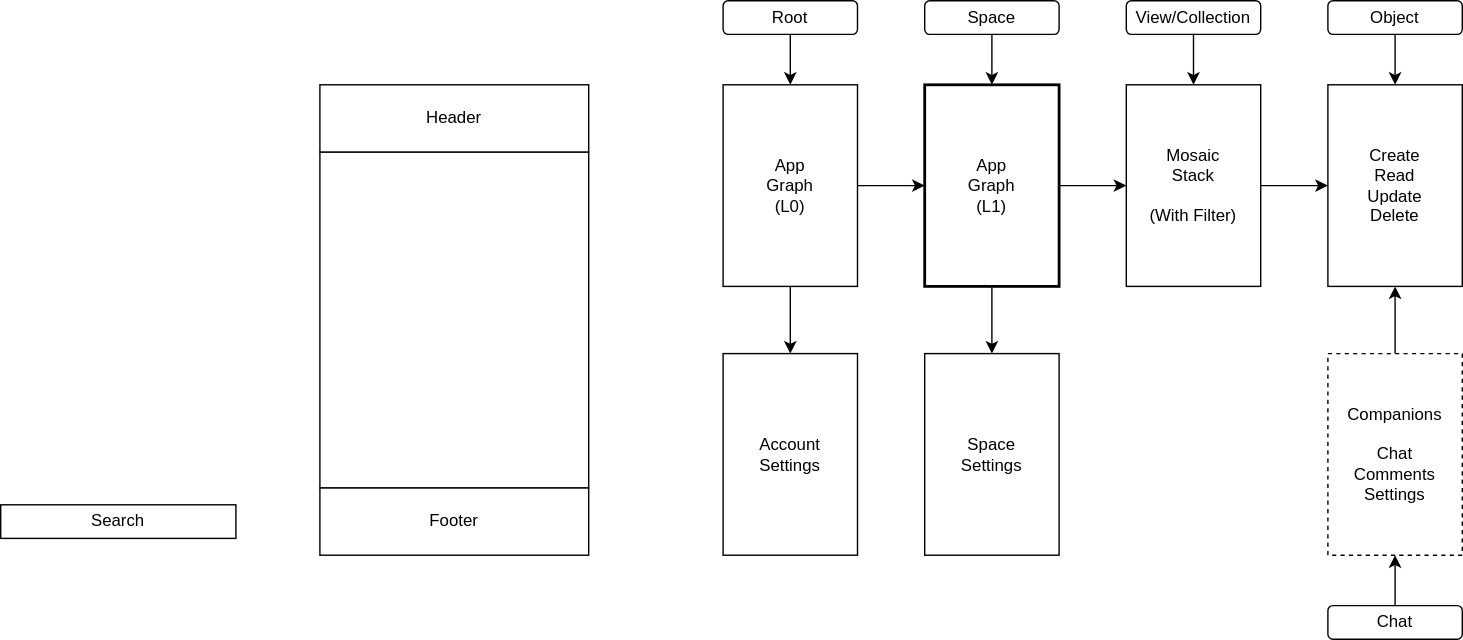
Before: packages/plugins/plugin-simple-layout/docs/layout.drawio.svg, a diagram exported from draw.io (dxos/dxos). Source tidied: cells renumbered, new cells last; positions are measured from the earlier drawing's top-left corner, leaving out a move shared by most shapes.
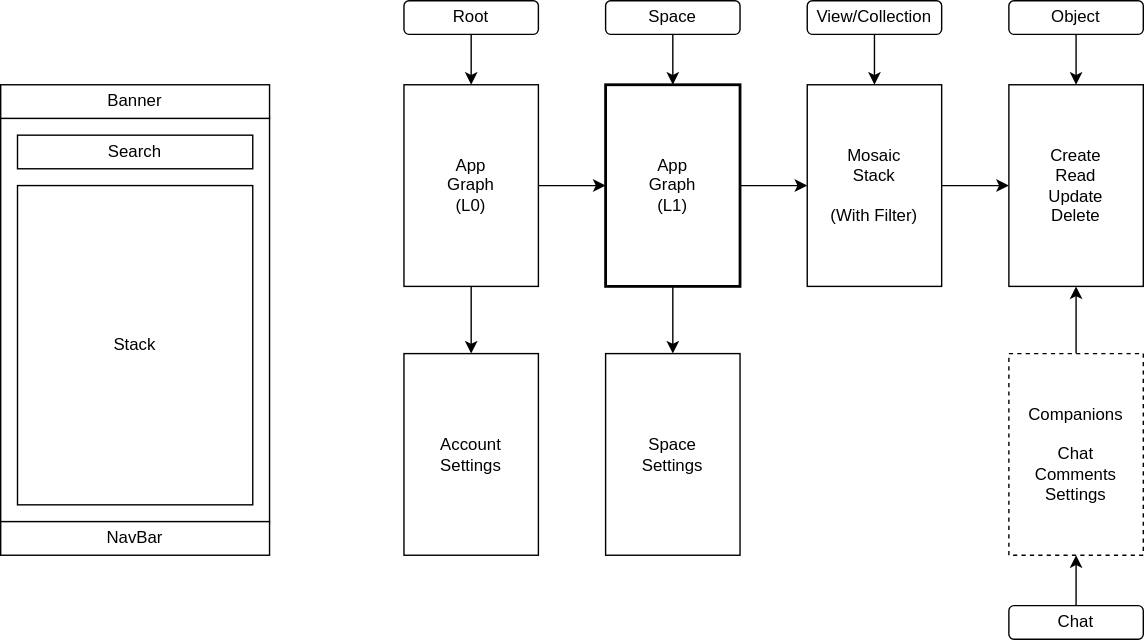
After the commit.

Commit message:
docs: Update UI/Mosaic TODOs and layout diagram, focusing on Stack and SearchList integration.

The edit, as a diff of the source:
```diff
@@ -72,16 +72,19 @@
       <mxGeometry x="948" y="432" width="96" height="24" as="geometry" />
     </mxCell>
     <mxCell id="25" style="rounded=0;whiteSpace=wrap;html=1;" parent="1" vertex="1">
-      <mxGeometry x="228" y="108" width="192" height="240" as="geometry" />
+      <mxGeometry x="228" y="84" width="192" height="288" as="geometry" />
     </mxCell>
-    <mxCell id="26" value="Footer" style="rounded=0;whiteSpace=wrap;html=1;" parent="1" vertex="1">
-      <mxGeometry x="228" y="348" width="192" height="48" as="geometry" />
+    <mxCell id="26" value="NavBar" style="rounded=0;whiteSpace=wrap;html=1;" parent="1" vertex="1">
+      <mxGeometry x="228" y="372" width="192" height="24" as="geometry" />
     </mxCell>
-    <mxCell id="27" value="Header" style="rounded=0;whiteSpace=wrap;html=1;" parent="1" vertex="1">
-      <mxGeometry x="228" y="60" width="192" height="48" as="geometry" />
+    <mxCell id="27" value="Banner" style="rounded=0;whiteSpace=wrap;html=1;" parent="1" vertex="1">
+      <mxGeometry x="228" y="60" width="192" height="24" as="geometry" />
     </mxCell>
     <mxCell id="28" value="Search" style="rounded=0;whiteSpace=wrap;html=1;" parent="1" vertex="1">
-      <mxGeometry y="360" width="168" height="24" as="geometry" />
+      <mxGeometry x="240" y="96" width="168" height="24" as="geometry" />
     </mxCell>
+    <mxCell id="29" value="Stack" style="rounded=0;whiteSpace=wrap;html=1;" parent="1" vertex="1">
+      <mxGeometry x="240" y="132" width="168" height="228" as="geometry" />
+    </mxCell>
   </root>
 </mxGraphModel>
```
